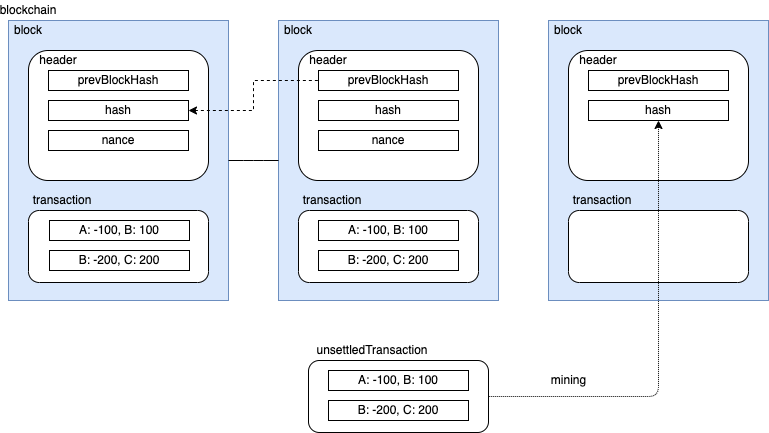
This is res/design.drawio.png from azul915/toy-blockchain, a draw.io export, as it was before one commit. Source tidied: cells renumbered, new cells last; positions are measured from the earlier drawing's top-left corner, leaving out a move shared by most shapes. Source of this version:
```xml
<mxGraphModel>
  <root>
    <mxCell id="0" />
    <mxCell id="1" value="blockchain" parent="0" />
    <mxCell id="2" style="rounded=0;whiteSpace=wrap;html=1;fillColor=#dae8fc;strokeColor=#6c8ebf;" parent="1" vertex="1">
      <mxGeometry y="20" width="220" height="280" as="geometry" />
    </mxCell>
    <mxCell id="3" style="rounded=0;whiteSpace=wrap;html=1;fillColor=#dae8fc;strokeColor=#6c8ebf;" parent="1" vertex="1">
      <mxGeometry x="270" y="20" width="220" height="280" as="geometry" />
    </mxCell>
    <mxCell id="4" style="edgeStyle=elbowEdgeStyle;jumpStyle=none;html=1;exitX=1;exitY=0.5;exitDx=0;exitDy=0;entryX=0;entryY=0.5;entryDx=0;entryDy=0;endArrow=none;endFill=0;" parent="1" edge="1" source="2" target="3">
      <mxGeometry relative="1" as="geometry" />
    </mxCell>
    <mxCell id="5" style="rounded=0;whiteSpace=wrap;html=1;fillColor=#dae8fc;strokeColor=#6c8ebf;" parent="1" vertex="1">
      <mxGeometry x="540" y="20" width="220" height="280" as="geometry" />
    </mxCell>
    <mxCell id="6" value="transaction" parent="0" />
    <mxCell id="7" style="rounded=1;whiteSpace=wrap;html=1;" parent="6" vertex="1">
      <mxGeometry x="20" y="210" width="180" height="72" as="geometry" />
    </mxCell>
    <mxCell id="8" style="rounded=1;whiteSpace=wrap;html=1;" parent="6" vertex="1">
      <mxGeometry x="290" y="210" width="180" height="72" as="geometry" />
    </mxCell>
    <mxCell id="9" style="rounded=1;whiteSpace=wrap;html=1;" parent="6" vertex="1">
      <mxGeometry x="560" y="210" width="180" height="72" as="geometry" />
    </mxCell>
    <mxCell id="10" style="rounded=1;whiteSpace=wrap;html=1;" parent="6" vertex="1">
      <mxGeometry x="300" y="360" width="180" height="72" as="geometry" />
    </mxCell>
    <mxCell id="11" value="header" parent="0" />
    <mxCell id="12" style="rounded=1;whiteSpace=wrap;html=1;" parent="11" vertex="1">
      <mxGeometry x="20" y="50" width="180" height="130" as="geometry" />
    </mxCell>
    <mxCell id="13" style="rounded=1;whiteSpace=wrap;html=1;" parent="11" vertex="1">
      <mxGeometry x="290" y="50" width="180" height="130" as="geometry" />
    </mxCell>
    <mxCell id="14" style="edgeStyle=orthogonalEdgeStyle;jumpStyle=none;html=1;exitX=1;exitY=0.5;exitDx=0;exitDy=0;entryX=0;entryY=0.5;entryDx=0;entryDy=0;endArrow=none;endFill=0;elbow=vertical;rounded=0;startArrow=classic;startFill=1;dashed=1;" parent="11" edge="1" source="18" target="19">
      <mxGeometry relative="1" as="geometry" />
    </mxCell>
    <mxCell id="15" style="rounded=1;whiteSpace=wrap;html=1;" parent="11" vertex="1">
      <mxGeometry x="560" y="50" width="180" height="130" as="geometry" />
    </mxCell>
    <mxCell id="16" value="values" parent="0" />
    <mxCell id="17" value="prevBlockHash" style="rounded=0;whiteSpace=wrap;html=1;" parent="16" vertex="1">
      <mxGeometry x="40" y="70" width="140" height="20" as="geometry" />
    </mxCell>
    <mxCell id="18" value="hash" style="rounded=0;whiteSpace=wrap;html=1;" parent="16" vertex="1">
      <mxGeometry x="40" y="100" width="140" height="20" as="geometry" />
    </mxCell>
    <mxCell id="19" value="prevBlockHash" style="rounded=0;whiteSpace=wrap;html=1;" parent="16" vertex="1">
      <mxGeometry x="310" y="70" width="140" height="20" as="geometry" />
    </mxCell>
    <mxCell id="20" value="hash" style="rounded=0;whiteSpace=wrap;html=1;" parent="16" vertex="1">
      <mxGeometry x="310" y="100" width="140" height="20" as="geometry" />
    </mxCell>
    <mxCell id="21" value="A: -100, B: 100" style="rounded=0;whiteSpace=wrap;html=1;" parent="16" vertex="1">
      <mxGeometry x="41" y="220" width="140" height="20" as="geometry" />
    </mxCell>
    <mxCell id="22" value="B: -200, C: 200" style="rounded=0;whiteSpace=wrap;html=1;" parent="16" vertex="1">
      <mxGeometry x="41" y="250" width="140" height="20" as="geometry" />
    </mxCell>
    <mxCell id="23" value="A: -100, B: 100" style="rounded=0;whiteSpace=wrap;html=1;" parent="16" vertex="1">
      <mxGeometry x="320" y="370" width="140" height="20" as="geometry" />
    </mxCell>
    <mxCell id="24" value="B: -200, C: 200" style="rounded=0;whiteSpace=wrap;html=1;" parent="16" vertex="1">
      <mxGeometry x="320" y="400" width="140" height="20" as="geometry" />
    </mxCell>
    <mxCell id="25" value="prevBlockHash" style="rounded=0;whiteSpace=wrap;html=1;" parent="16" vertex="1">
      <mxGeometry x="580" y="70" width="140" height="20" as="geometry" />
    </mxCell>
    <mxCell id="26" value="nance" style="rounded=0;whiteSpace=wrap;html=1;" parent="16" vertex="1">
      <mxGeometry x="40" y="130" width="140" height="20" as="geometry" />
    </mxCell>
    <mxCell id="27" value="nance" style="rounded=0;whiteSpace=wrap;html=1;" parent="16" vertex="1">
      <mxGeometry x="310" y="130" width="140" height="20" as="geometry" />
    </mxCell>
    <mxCell id="28" value="A: -100, B: 100" style="rounded=0;whiteSpace=wrap;html=1;" parent="16" vertex="1">
      <mxGeometry x="310" y="220" width="140" height="20" as="geometry" />
    </mxCell>
    <mxCell id="29" value="B: -200, C: 200" style="rounded=0;whiteSpace=wrap;html=1;" parent="16" vertex="1">
      <mxGeometry x="310" y="250" width="140" height="20" as="geometry" />
    </mxCell>
    <mxCell id="30" value="hash" style="rounded=0;whiteSpace=wrap;html=1;" parent="16" vertex="1">
      <mxGeometry x="580" y="100" width="140" height="20" as="geometry" />
    </mxCell>
    <mxCell id="31" value="labels" parent="0" />
    <mxCell id="32" value="blockchain" style="text;html=1;strokeColor=none;fillColor=none;align=center;verticalAlign=middle;whiteSpace=wrap;rounded=0;" parent="31" vertex="1">
      <mxGeometry width="40" height="20" as="geometry" />
    </mxCell>
    <mxCell id="33" value="block" style="text;html=1;strokeColor=none;fillColor=none;align=center;verticalAlign=middle;whiteSpace=wrap;rounded=0;" parent="31" vertex="1">
      <mxGeometry y="20" width="40" height="20" as="geometry" />
    </mxCell>
    <mxCell id="34" value="block" style="text;html=1;strokeColor=none;fillColor=none;align=center;verticalAlign=middle;whiteSpace=wrap;rounded=0;" parent="31" vertex="1">
      <mxGeometry x="270" y="20" width="40" height="20" as="geometry" />
    </mxCell>
    <mxCell id="35" value="block" style="text;html=1;strokeColor=none;fillColor=none;align=center;verticalAlign=middle;whiteSpace=wrap;rounded=0;" parent="31" vertex="1">
      <mxGeometry x="540" y="20" width="40" height="20" as="geometry" />
    </mxCell>
    <mxCell id="36" value="transaction" style="text;html=1;strokeColor=none;fillColor=none;align=center;verticalAlign=middle;whiteSpace=wrap;rounded=0;" parent="31" vertex="1">
      <mxGeometry x="34" y="190" width="40" height="20" as="geometry" />
    </mxCell>
    <mxCell id="37" value="transaction" style="text;html=1;strokeColor=none;fillColor=none;align=center;verticalAlign=middle;whiteSpace=wrap;rounded=0;" parent="31" vertex="1">
      <mxGeometry x="304" y="190" width="40" height="20" as="geometry" />
    </mxCell>
    <mxCell id="38" value="transaction" style="text;html=1;strokeColor=none;fillColor=none;align=center;verticalAlign=middle;whiteSpace=wrap;rounded=0;" parent="31" vertex="1">
      <mxGeometry x="574" y="190" width="40" height="20" as="geometry" />
    </mxCell>
    <mxCell id="39" value="header" style="text;html=1;strokeColor=none;fillColor=none;align=center;verticalAlign=middle;whiteSpace=wrap;rounded=0;" parent="31" vertex="1">
      <mxGeometry x="30" y="50" width="40" height="20" as="geometry" />
    </mxCell>
    <mxCell id="40" value="header" style="text;html=1;strokeColor=none;fillColor=none;align=center;verticalAlign=middle;whiteSpace=wrap;rounded=0;" parent="31" vertex="1">
      <mxGeometry x="300" y="50" width="40" height="20" as="geometry" />
    </mxCell>
    <mxCell id="41" value="header" style="text;html=1;strokeColor=none;fillColor=none;align=center;verticalAlign=middle;whiteSpace=wrap;rounded=0;" parent="31" vertex="1">
      <mxGeometry x="570" y="50" width="40" height="20" as="geometry" />
    </mxCell>
    <mxCell id="42" value="unsettledTransaction" style="text;html=1;strokeColor=none;fillColor=none;align=center;verticalAlign=middle;whiteSpace=wrap;rounded=0;" parent="31" vertex="1">
      <mxGeometry x="344" y="340" width="40" height="20" as="geometry" />
    </mxCell>
    <mxCell id="43" style="edgeStyle=orthogonalEdgeStyle;rounded=1;jumpStyle=none;html=1;dashed=1;startArrow=classic;startFill=1;endArrow=none;endFill=0;elbow=vertical;exitX=0.5;exitY=1;exitDx=0;exitDy=0;dashPattern=1 1;entryX=1;entryY=0.5;entryDx=0;entryDy=0;" parent="31" edge="1" source="30" target="10">
      <mxGeometry relative="1" as="geometry">
        <Array as="points">
          <mxPoint x="650" y="396" />
        </Array>
      </mxGeometry>
    </mxCell>
    <mxCell id="44" value="mining" style="text;html=1;align=center;verticalAlign=middle;strokeColor=none;fillColor=none;" parent="31" vertex="1">
      <mxGeometry x="535" y="370" width="50" height="20" as="geometry" />
    </mxCell>
  </root>
</mxGraphModel>
```
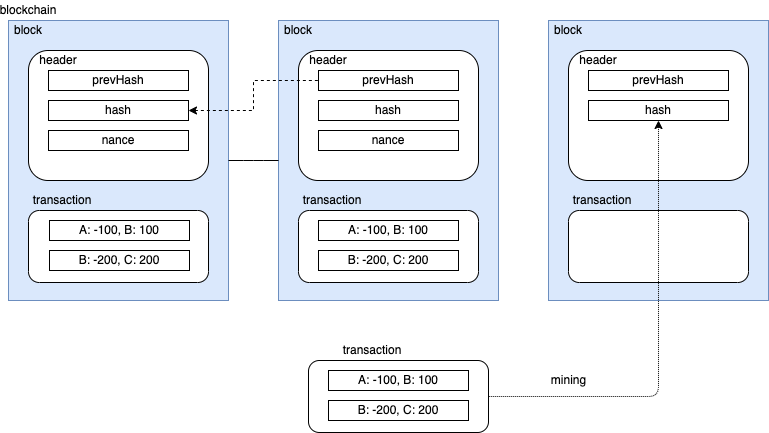
Later version of the same file.

Change to the diagram source:
```diff
@@ -41,13 +41,13 @@
       <mxGeometry x="560" y="50" width="180" height="130" as="geometry" />
     </mxCell>
     <mxCell id="16" value="values" parent="0" />
-    <mxCell id="17" value="prevBlockHash" style="rounded=0;whiteSpace=wrap;html=1;" parent="16" vertex="1">
+    <mxCell id="17" value="prevHash" style="rounded=0;whiteSpace=wrap;html=1;" parent="16" vertex="1">
       <mxGeometry x="40" y="70" width="140" height="20" as="geometry" />
     </mxCell>
     <mxCell id="18" value="hash" style="rounded=0;whiteSpace=wrap;html=1;" parent="16" vertex="1">
       <mxGeometry x="40" y="100" width="140" height="20" as="geometry" />
     </mxCell>
-    <mxCell id="19" value="prevBlockHash" style="rounded=0;whiteSpace=wrap;html=1;" parent="16" vertex="1">
+    <mxCell id="19" value="prevHash" style="rounded=0;whiteSpace=wrap;html=1;" parent="16" vertex="1">
       <mxGeometry x="310" y="70" width="140" height="20" as="geometry" />
     </mxCell>
     <mxCell id="20" value="hash" style="rounded=0;whiteSpace=wrap;html=1;" parent="16" vertex="1">
@@ -65,7 +65,7 @@
     <mxCell id="24" value="B: -200, C: 200" style="rounded=0;whiteSpace=wrap;html=1;" parent="16" vertex="1">
       <mxGeometry x="320" y="400" width="140" height="20" as="geometry" />
     </mxCell>
-    <mxCell id="25" value="prevBlockHash" style="rounded=0;whiteSpace=wrap;html=1;" parent="16" vertex="1">
+    <mxCell id="25" value="prevHash" style="rounded=0;whiteSpace=wrap;html=1;" parent="16" vertex="1">
       <mxGeometry x="580" y="70" width="140" height="20" as="geometry" />
     </mxCell>
     <mxCell id="26" value="nance" style="rounded=0;whiteSpace=wrap;html=1;" parent="16" vertex="1">
@@ -114,7 +114,7 @@
     <mxCell id="41" value="header" style="text;html=1;strokeColor=none;fillColor=none;align=center;verticalAlign=middle;whiteSpace=wrap;rounded=0;" parent="31" vertex="1">
       <mxGeometry x="570" y="50" width="40" height="20" as="geometry" />
     </mxCell>
-    <mxCell id="42" value="unsettledTransaction" style="text;html=1;strokeColor=none;fillColor=none;align=center;verticalAlign=middle;whiteSpace=wrap;rounded=0;" parent="31" vertex="1">
+    <mxCell id="42" value="transaction" style="text;html=1;strokeColor=none;fillColor=none;align=center;verticalAlign=middle;whiteSpace=wrap;rounded=0;" parent="31" vertex="1">
       <mxGeometry x="344" y="340" width="40" height="20" as="geometry" />
     </mxCell>
     <mxCell id="43" style="edgeStyle=orthogonalEdgeStyle;rounded=1;jumpStyle=none;html=1;dashed=1;startArrow=classic;startFill=1;endArrow=none;endFill=0;elbow=vertical;exitX=0.5;exitY=1;exitDx=0;exitDy=0;dashPattern=1 1;entryX=1;entryY=0.5;entryDx=0;entryDy=0;" parent="31" edge="1" source="30" target="10">
```
